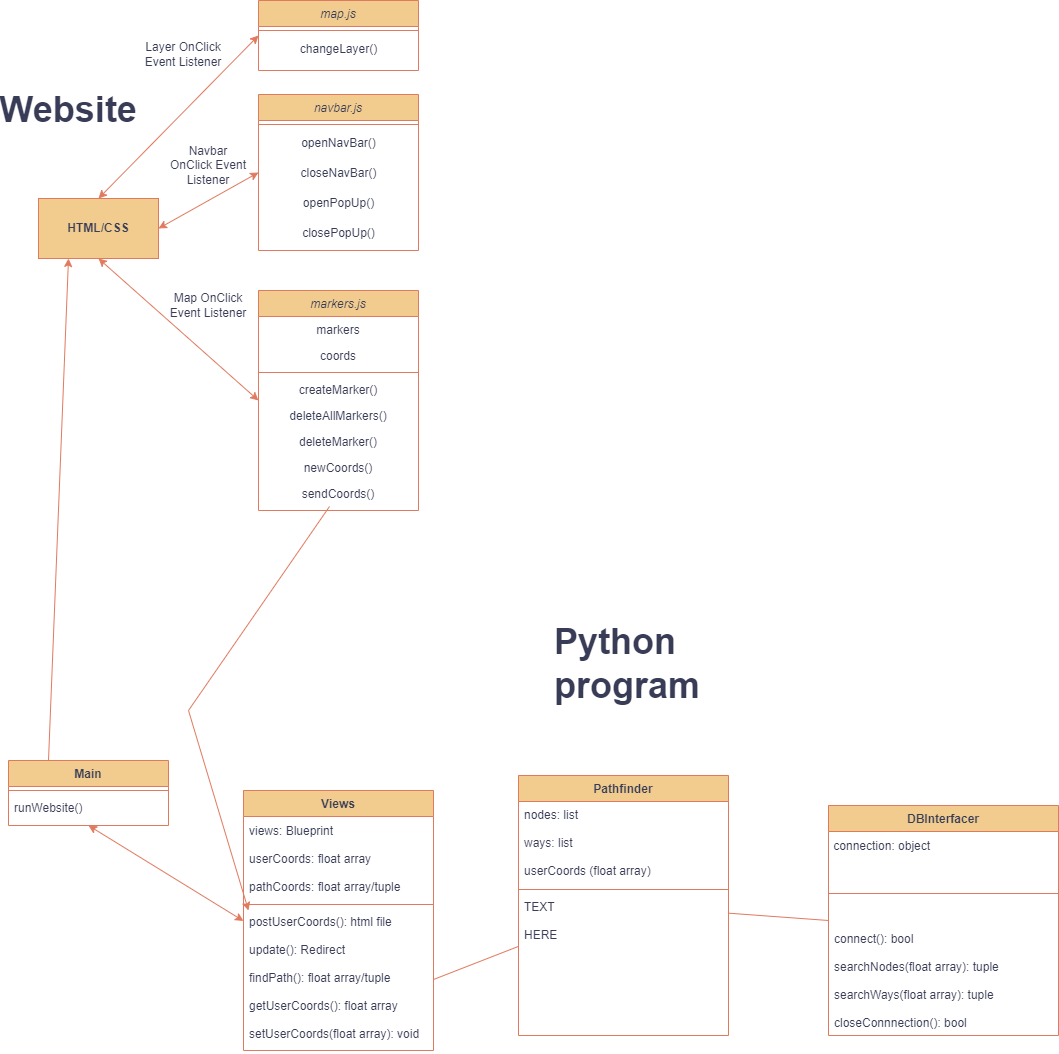
Earlier version of the draw.io export paperwork/RouteplannerDiagram.drawio.png (B-DUB99/RoutePlanner). Source tidied: cells renumbered, new cells last; positions are measured from the earlier drawing's top-left corner, leaving out a move shared by most shapes.
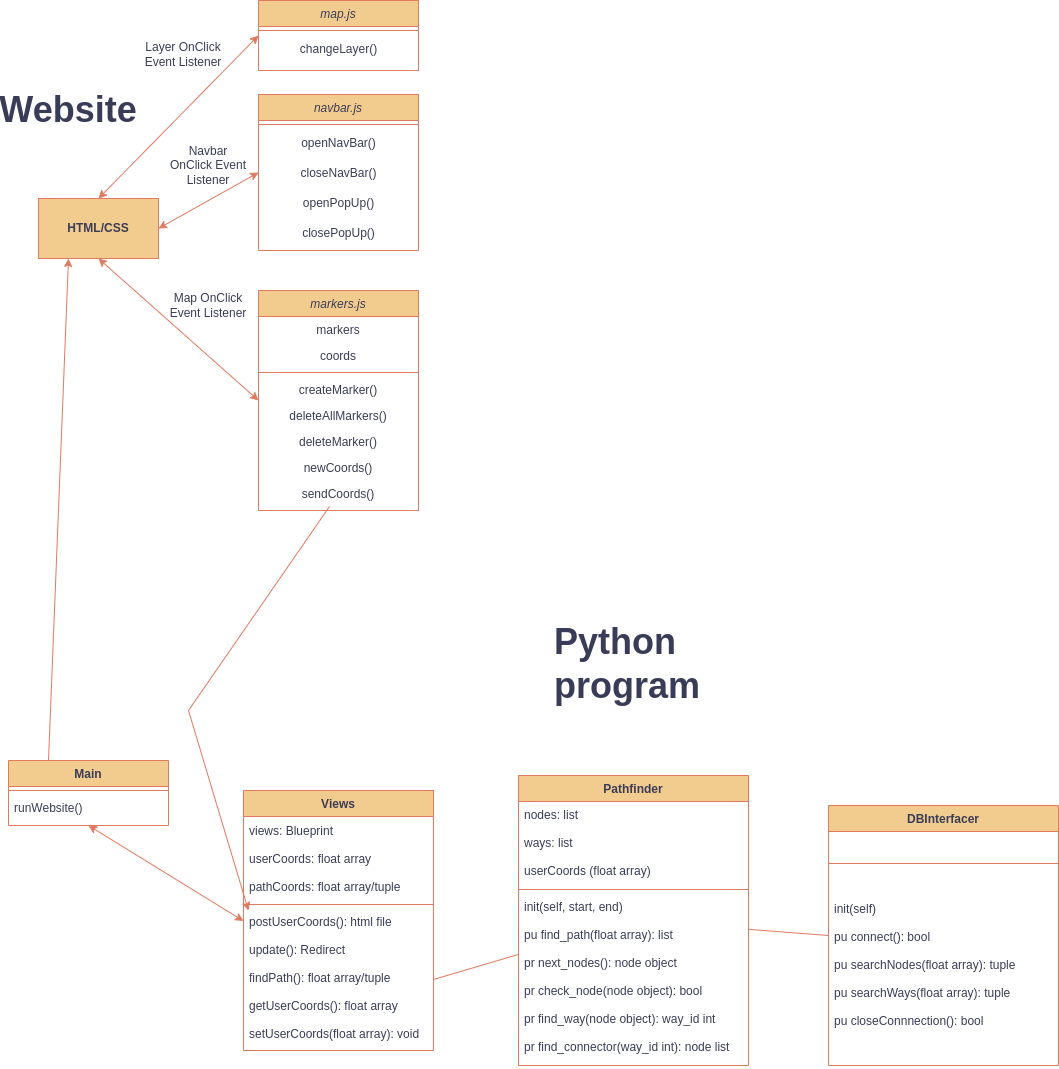
The same file after the commit.

The edit, as a diff of the source:
```diff
@@ -1,4 +1,4 @@
-<mxGraphModel>
+<mxGraphModel background="#ffffff">
   <root>
     <mxCell id="0" />
     <mxCell id="1" parent="0" />
@@ -99,28 +99,25 @@
       <mxGeometry y="118" width="190" height="142" as="geometry" />
     </mxCell>
     <mxCell id="34" value="Pathfinder" style="swimlane;fontStyle=1;align=center;verticalAlign=top;horizontal=1;startSize=26;strokeColor=#E07A5F;fontColor=#393C56;fillColor=#F2CC8F;labelBackgroundColor=none;" parent="1" vertex="1">
-      <mxGeometry x="510" y="775" width="210" height="260" as="geometry" />
+      <mxGeometry x="510" y="775" width="230" height="290" as="geometry" />
     </mxCell>
     <mxCell id="35" value="nodes: list&#10;&#10;ways: list&#10;&#10;userCoords (float array)&#10;&#10;" style="text;strokeColor=none;fillColor=none;align=left;verticalAlign=top;spacingLeft=4;spacingRight=4;overflow=hidden;fontColor=#393C56;labelBackgroundColor=none;" parent="34" vertex="1">
-      <mxGeometry y="26" width="210" height="84" as="geometry" />
+      <mxGeometry y="26" width="230" height="84" as="geometry" />
     </mxCell>
     <mxCell id="36" style="line;strokeWidth=1;fillColor=none;align=left;verticalAlign=middle;spacingTop=-1;spacingLeft=3;spacingRight=3;labelPosition=right;strokeColor=#E07A5F;fontColor=#393C56;labelBackgroundColor=none;" parent="34" vertex="1">
-      <mxGeometry y="110" width="210" height="8" as="geometry" />
+      <mxGeometry y="110" width="230" height="8" as="geometry" />
     </mxCell>
-    <mxCell id="37" value="TEXT&#10;&#10;HERE" style="text;strokeColor=none;fillColor=none;align=left;verticalAlign=top;spacingLeft=4;spacingRight=4;overflow=hidden;fontColor=#393C56;labelBackgroundColor=none;" parent="34" vertex="1">
-      <mxGeometry y="118" width="210" height="142" as="geometry" />
+    <mxCell id="37" value="init(self, start, end)&#10;&#10;pu find_path(float array): list&#10;&#10;pr next_nodes(): node object&#10;&#10;pr check_node(node object): bool&#10;&#10;pr find_way(node object): way_id int&#10;&#10;pr find_connector(way_id int): node list" style="text;strokeColor=none;fillColor=none;align=left;verticalAlign=top;spacingLeft=4;spacingRight=4;overflow=hidden;fontColor=#393C56;labelBackgroundColor=none;" parent="34" vertex="1">
+      <mxGeometry y="118" width="230" height="172" as="geometry" />
     </mxCell>
     <mxCell id="38" value="DBInterfacer" style="swimlane;fontStyle=1;align=center;verticalAlign=top;horizontal=1;startSize=26;strokeColor=#E07A5F;fontColor=#393C56;fillColor=#F2CC8F;labelBackgroundColor=none;" parent="1" vertex="1">
-      <mxGeometry x="820" y="805" width="230" height="230" as="geometry" />
+      <mxGeometry x="820" y="805" width="230" height="260" as="geometry" />
     </mxCell>
-    <mxCell id="39" value="&amp;nbsp;connection: object" style="text;html=1;align=left;verticalAlign=middle;strokeColor=none;fillColor=none;labelBackgroundColor=none;fontColor=#393C56;" parent="38" vertex="1">
-      <mxGeometry y="26" width="230" height="30" as="geometry" />
-    </mxCell>
     <mxCell id="40" style="line;strokeWidth=1;fillColor=none;align=left;verticalAlign=middle;spacingTop=-1;spacingLeft=3;spacingRight=3;labelPosition=right;strokeColor=#E07A5F;fontColor=#393C56;labelBackgroundColor=none;" parent="38" vertex="1">
-      <mxGeometry y="56" width="230" height="64" as="geometry" />
+      <mxGeometry y="26" width="230" height="64" as="geometry" />
     </mxCell>
-    <mxCell id="41" value="connect(): bool&#10;&#10;searchNodes(float array): tuple &#10;&#10;searchWays(float array): tuple &#10;&#10;closeConnnection(): bool" style="text;strokeColor=none;fillColor=none;align=left;verticalAlign=top;spacingLeft=4;spacingRight=4;overflow=hidden;fontColor=#393C56;labelBackgroundColor=none;" parent="38" vertex="1">
-      <mxGeometry y="120" width="230" height="110" as="geometry" />
+    <mxCell id="41" value="init(self)&#10;&#10;pu connect(): bool&#10;&#10;pu searchNodes(float array): tuple &#10;&#10;pu searchWays(float array): tuple &#10;&#10;pu closeConnnection(): bool" style="text;strokeColor=none;fillColor=none;align=left;verticalAlign=top;spacingLeft=4;spacingRight=4;overflow=hidden;fontColor=#393C56;labelBackgroundColor=none;" parent="38" vertex="1">
+      <mxGeometry y="90" width="230" height="170" as="geometry" />
     </mxCell>
     <mxCell id="42" value="&lt;b&gt;&lt;font style=&quot;font-size: 36px;&quot;&gt;Python program&lt;/font&gt;&lt;/b&gt;" style="text;html=1;strokeColor=none;fillColor=none;align=left;verticalAlign=middle;whiteSpace=wrap;rounded=0;labelBackgroundColor=none;fontColor=#393C56;" parent="1" vertex="1">
       <mxGeometry x="544" y="647.5" width="60" height="30" as="geometry" />
```
